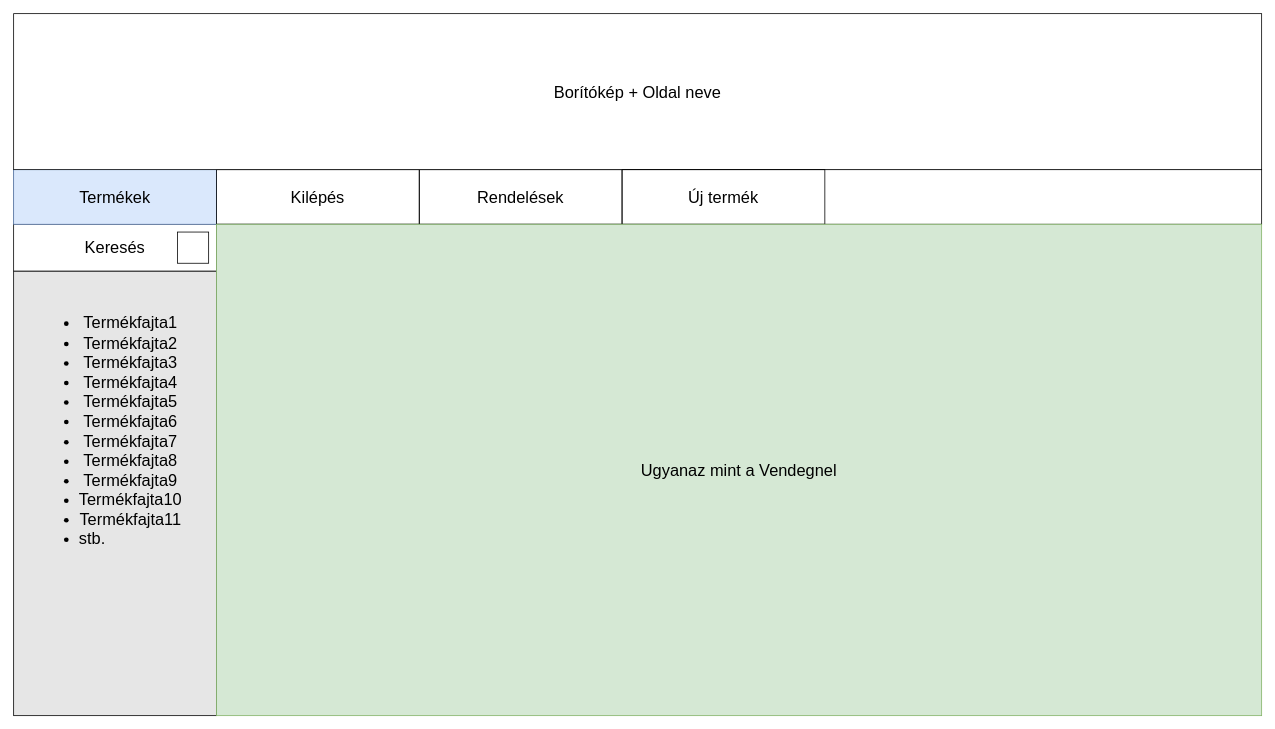
The draw.io diagram page "Admin" (5 of 7) of Kepernyoterv.drawio in hirschabel/Web-tervezes-projekt, before the edit. Source tidied: cells renumbered, new cells numbered last; positions are measured from the earlier drawing's top-left corner, leaving out a move shared by most shapes. Both pictures are drawn from the tidied source at 78%, with x=0, y=0 at pixel (13, 13).
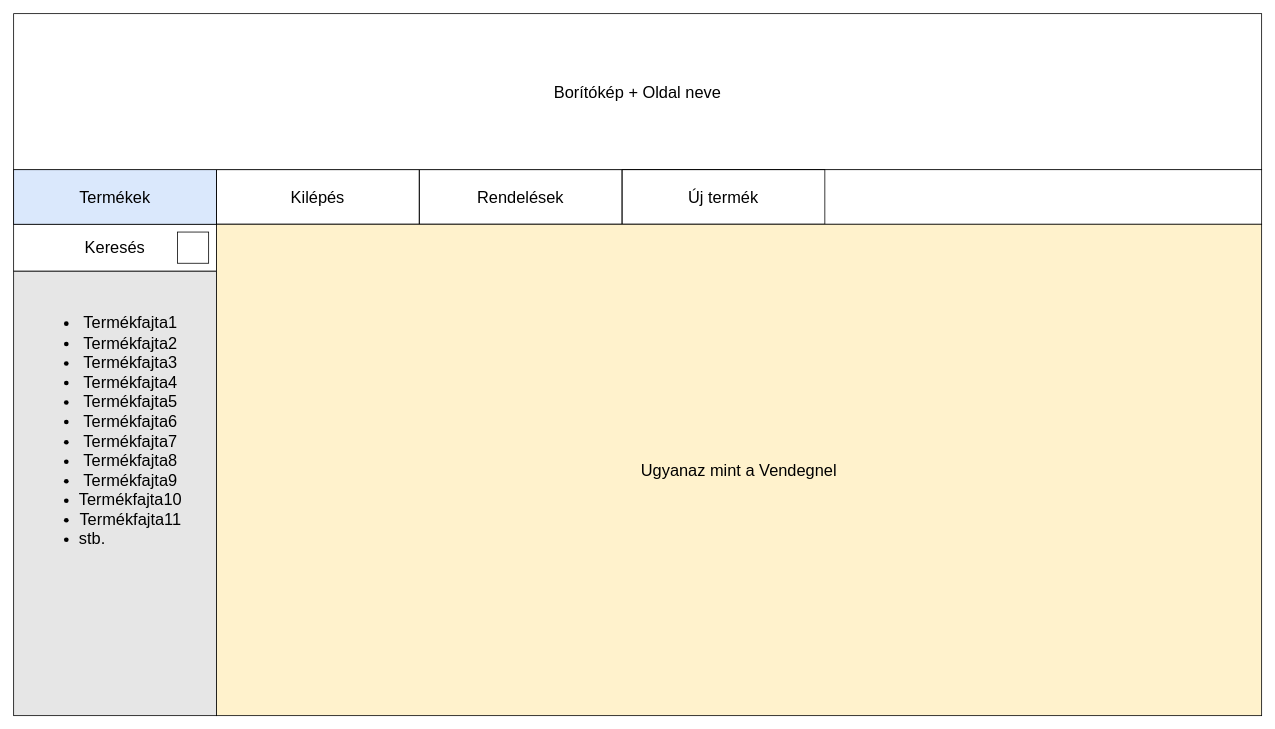
After the change.

What changed in the source:
```diff
@@
 <mxGraphModel>
   <root>
     <mxCell id="0" />
     <mxCell id="1" parent="0" />
     <mxCell id="2" style="rounded=0;whiteSpace=wrap;html=1;" parent="1" vertex="1">
       <mxGeometry y="200" width="1600" height="70" as="geometry" />
     </mxCell>
     <mxCell id="3" style="rounded=0;whiteSpace=wrap;html=1;fillColor=#E6E6E6;" parent="1" vertex="1">
       <mxGeometry y="330" width="260" height="570" as="geometry" />
     </mxCell>
     <mxCell id="4" value="Keresés" style="text;html=1;strokeColor=default;fillColor=default;align=center;verticalAlign=middle;whiteSpace=wrap;rounded=0;fontSize=21;" parent="1" vertex="1">
       <mxGeometry y="270" width="260" height="60" as="geometry" />
     </mxCell>
-    <mxCell id="5" value="Termékek" style="text;html=1;strokeColor=#6c8ebf;fillColor=#dae8fc;align=center;verticalAlign=middle;whiteSpace=wrap;rounded=0;fontSize=21;" parent="1" vertex="1">
+    <mxCell id="5" value="Termékek" style="text;html=1;strokeColor=default;fillColor=#dae8fc;align=center;verticalAlign=middle;whiteSpace=wrap;rounded=0;fontSize=21;" parent="1" vertex="1">
       <mxGeometry y="200" width="260" height="70" as="geometry" />
     </mxCell>
     <mxCell id="6" value="Kilépés" style="text;html=1;strokeColor=default;fillColor=none;align=center;verticalAlign=middle;whiteSpace=wrap;rounded=0;fontSize=21;" parent="1" vertex="1">
       <mxGeometry x="260" y="200" width="260" height="70" as="geometry" />
     </mxCell>
     <mxCell id="7" value="Rendelések" style="text;html=1;strokeColor=default;fillColor=none;align=center;verticalAlign=middle;whiteSpace=wrap;rounded=0;fontSize=21;" parent="1" vertex="1">
       <mxGeometry x="520" y="200" width="260" height="70" as="geometry" />
     </mxCell>
     <mxCell id="8" value="Borítókép + Oldal neve" style="text;html=1;strokeColor=default;fillColor=default;align=center;verticalAlign=middle;whiteSpace=wrap;rounded=0;fontSize=21;" parent="1" vertex="1">
       <mxGeometry width="1600" height="200" as="geometry" />
     </mxCell>
     <mxCell id="9" value="&lt;ul&gt;&lt;li&gt;Termékfajta1&lt;/li&gt;&lt;li&gt;Termékfajta2&lt;/li&gt;&lt;li&gt;Termékfajta3&lt;/li&gt;&lt;li&gt;Termékfajta4&lt;/li&gt;&lt;li&gt;Termékfajta5&lt;/li&gt;&lt;li&gt;Termékfajta6&lt;/li&gt;&lt;li&gt;Termékfajta7&lt;/li&gt;&lt;li&gt;Termékfajta8&lt;/li&gt;&lt;li&gt;Termékfajta9&lt;/li&gt;&lt;li&gt;Termékfajta10&lt;/li&gt;&lt;li&gt;Termékfajta11&lt;/li&gt;&lt;li style=&quot;text-align: left&quot;&gt;stb.&lt;/li&gt;&lt;/ul&gt;" style="text;html=1;strokeColor=none;fillColor=none;align=center;verticalAlign=middle;whiteSpace=wrap;rounded=0;fontSize=21;" parent="1" vertex="1">
       <mxGeometry y="380" width="260" height="310" as="geometry" />
     </mxCell>
     <mxCell id="10" style="rounded=0;whiteSpace=wrap;html=1;fontSize=21;align=left;" parent="1" vertex="1">
       <mxGeometry x="210" y="280" width="40" height="40" as="geometry" />
     </mxCell>
     <mxCell id="11" value="Új termék" style="text;html=1;strokeColor=default;fillColor=none;align=center;verticalAlign=middle;whiteSpace=wrap;rounded=0;fontSize=21;" parent="1" vertex="1">
       <mxGeometry x="780" y="200" width="260" height="70" as="geometry" />
     </mxCell>
-    <mxCell id="12" value="Ugyanaz mint a Vendegnel" style="text;html=1;align=center;verticalAlign=middle;whiteSpace=wrap;rounded=0;fontSize=21;fillColor=#d5e8d4;strokeColor=#82b366;" parent="1" vertex="1">
+    <mxCell id="12" value="Ugyanaz mint a Vendegnel" style="text;html=1;align=center;verticalAlign=middle;whiteSpace=wrap;rounded=0;fontSize=21;fillColor=#fff2cc;strokeColor=default;" parent="1" vertex="1">
       <mxGeometry x="260" y="270" width="1340" height="630" as="geometry" />
     </mxCell>
   </root>
 </mxGraphModel>
```
